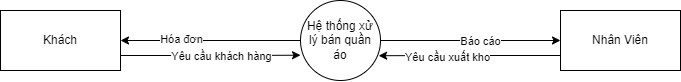
Above: DFD1.png in InfiniteByte1811/branch1 (draw.io), before the change. Source tidied: cells renumbered, new cells last; positions are measured from the earlier drawing's top-left corner, leaving out a move shared by most shapes.
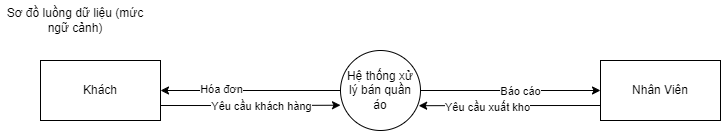
After the change.

Commit message:
Cập nhật DFD1.png

Change to the diagram source:
```diff
@@ -35,5 +35,8 @@
     <mxCell id="12" value="Khách" style="rounded=0;whiteSpace=wrap;html=1;" parent="1" vertex="1">
       <mxGeometry y="10" width="120" height="60" as="geometry" />
     </mxCell>
+    <mxCell id="13" value="Sơ đồ luồng dữ liệu (mức ngữ cảnh)" style="text;html=1;strokeColor=none;fillColor=none;align=center;verticalAlign=middle;whiteSpace=wrap;rounded=0;" parent="1" vertex="1">
+      <mxGeometry x="-40" y="-50" width="150" height="40" as="geometry" />
+    </mxCell>
   </root>
 </mxGraphModel>
```
